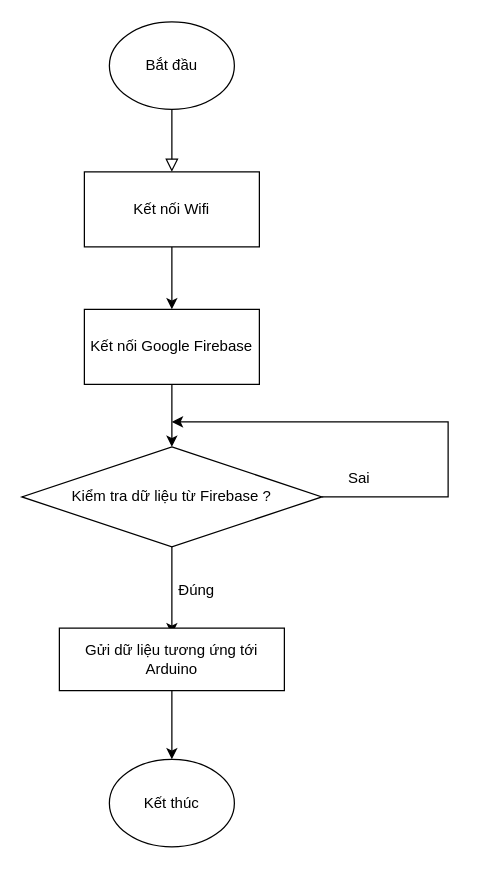
Above: block_diagram/ESP32.drawio in imvietp/Final_Thesis (draw.io), before the change. Source tidied: cells renumbered, new cells numbered last; positions are measured from the earlier drawing's top-left corner, leaving out a move shared by most shapes. Both pictures are drawn from the tidied source at 125%, with x=0, y=0 at pixel (21, 21).
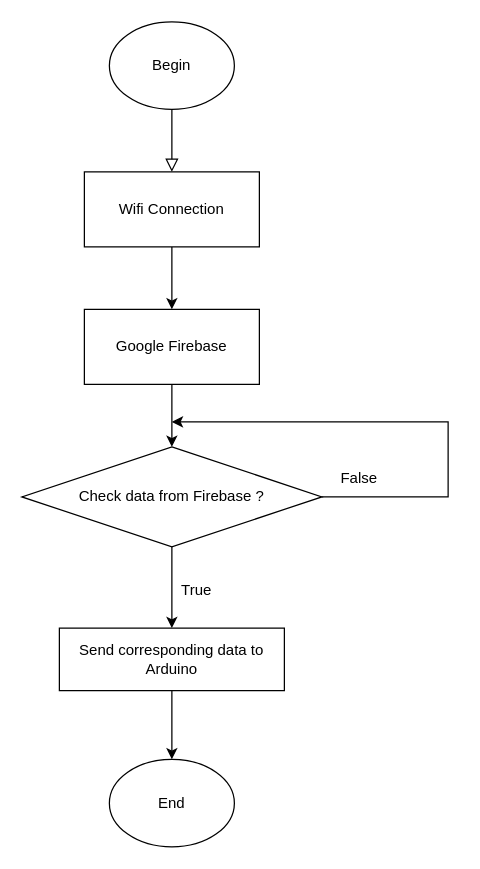
Above is the later version.

Diff of the diagram source:
```diff
@@
 <mxGraphModel>
   <root>
     <mxCell id="0" />
     <mxCell id="1" parent="0" />
     <mxCell id="2" style="rounded=0;html=1;jettySize=auto;orthogonalLoop=1;fontSize=11;endArrow=block;endFill=0;endSize=8;strokeWidth=1;shadow=0;labelBackgroundColor=none;edgeStyle=orthogonalEdgeStyle;" parent="1" edge="1">
       <mxGeometry relative="1" as="geometry">
         <mxPoint x="120" y="70" as="sourcePoint" />
         <mxPoint x="120" y="120" as="targetPoint" />
       </mxGeometry>
     </mxCell>
-    <mxCell id="3" value="Bắt đầu" style="ellipse;whiteSpace=wrap;html=1;" parent="1" vertex="1">
+    <mxCell id="3" value="Begin" style="ellipse;whiteSpace=wrap;html=1;" parent="1" vertex="1">
       <mxGeometry x="70" width="100" height="70" as="geometry" />
     </mxCell>
     <mxCell id="4" style="edgeStyle=orthogonalEdgeStyle;rounded=0;jettySize=auto;html=1;" parent="1" edge="1" source="5">
       <mxGeometry relative="1" as="geometry">
         <mxPoint x="120" y="320" as="targetPoint" />
         <Array as="points">
           <mxPoint x="341" y="380" />
         </Array>
       </mxGeometry>
     </mxCell>
-    <mxCell id="5" value="Kiểm tra dữ liệu từ Firebase ?" style="rhombus;whiteSpace=wrap;html=1;" parent="1" vertex="1">
+    <mxCell id="5" value="Check data from Firebase ?" style="rhombus;whiteSpace=wrap;html=1;" parent="1" vertex="1">
       <mxGeometry y="340" width="240" height="80" as="geometry" />
     </mxCell>
-    <mxCell id="6" style="endArrow=classic;html=1;rounded=0;exitX=0.5;exitY=1;exitDx=0;exitDy=0;" parent="1" edge="1" source="5">
-      <mxGeometry relative="1" as="geometry">
-        <mxPoint x="120" y="490" as="targetPoint" />
-      </mxGeometry>
+    <mxCell id="6" style="endArrow=classic;html=1;rounded=0;exitX=0.5;exitY=1;exitDx=0;exitDy=0;entryX=0.5;entryY=0;entryDx=0;entryDy=0;" parent="1" edge="1" source="5" target="9">
+      <mxGeometry relative="1" as="geometry" />
     </mxCell>
-    <mxCell id="7" value="Đúng" style="text;html=1;align=center;verticalAlign=middle;whiteSpace=wrap;rounded=0;" parent="1" vertex="1">
+    <mxCell id="7" value="True" style="text;html=1;align=center;verticalAlign=middle;whiteSpace=wrap;rounded=0;" parent="1" vertex="1">
       <mxGeometry x="110" y="440" width="60" height="30" as="geometry" />
     </mxCell>
-    <mxCell id="8" value="Sai" style="text;html=1;align=center;verticalAlign=middle;whiteSpace=wrap;rounded=0;" parent="1" vertex="1">
+    <mxCell id="8" value="False" style="text;html=1;align=center;verticalAlign=middle;whiteSpace=wrap;rounded=0;" parent="1" vertex="1">
       <mxGeometry x="240" y="350" width="60" height="30" as="geometry" />
     </mxCell>
-    <mxCell id="9" value="Gửi dữ liệu tương ứng tới Arduino" style="rounded=0;whiteSpace=wrap;html=1;" parent="1" vertex="1">
+    <mxCell id="9" value="Send corresponding data to Arduino" style="rounded=0;whiteSpace=wrap;html=1;" parent="1" vertex="1">
       <mxGeometry x="30" y="485" width="180" height="50" as="geometry" />
     </mxCell>
     <mxCell id="10" style="endArrow=classic;html=1;rounded=0;exitX=0.5;exitY=1;exitDx=0;exitDy=0;" parent="1" edge="1" source="9">
       <mxGeometry relative="1" as="geometry">
         <mxPoint x="120" y="590" as="targetPoint" />
       </mxGeometry>
     </mxCell>
     <mxCell id="11" style="edgeStyle=orthogonalEdgeStyle;rounded=0;jettySize=auto;html=1;" parent="1" edge="1" source="12" target="14">
       <mxGeometry relative="1" as="geometry" />
     </mxCell>
-    <mxCell id="12" value="Kết nối Wifi" style="rounded=0;whiteSpace=wrap;html=1;" parent="1" vertex="1">
+    <mxCell id="12" value="Wifi Connection" style="rounded=0;whiteSpace=wrap;html=1;" parent="1" vertex="1">
       <mxGeometry x="50" y="120" width="140" height="60" as="geometry" />
     </mxCell>
     <mxCell id="13" style="edgeStyle=orthogonalEdgeStyle;rounded=0;jettySize=auto;html=1;" parent="1" edge="1" source="14" target="5">
       <mxGeometry relative="1" as="geometry" />
     </mxCell>
-    <mxCell id="14" value="Kết nối Google Firebase" style="rounded=0;whiteSpace=wrap;html=1;" parent="1" vertex="1">
+    <mxCell id="14" value="Google Firebase" style="rounded=0;whiteSpace=wrap;html=1;" parent="1" vertex="1">
       <mxGeometry x="50" y="230" width="140" height="60" as="geometry" />
     </mxCell>
-    <mxCell id="15" value="Kết thúc" style="ellipse;whiteSpace=wrap;html=1;" parent="1" vertex="1">
+    <mxCell id="15" value="End" style="ellipse;whiteSpace=wrap;html=1;" parent="1" vertex="1">
       <mxGeometry x="70" y="590" width="100" height="70" as="geometry" />
     </mxCell>
   </root>
 </mxGraphModel>
```
